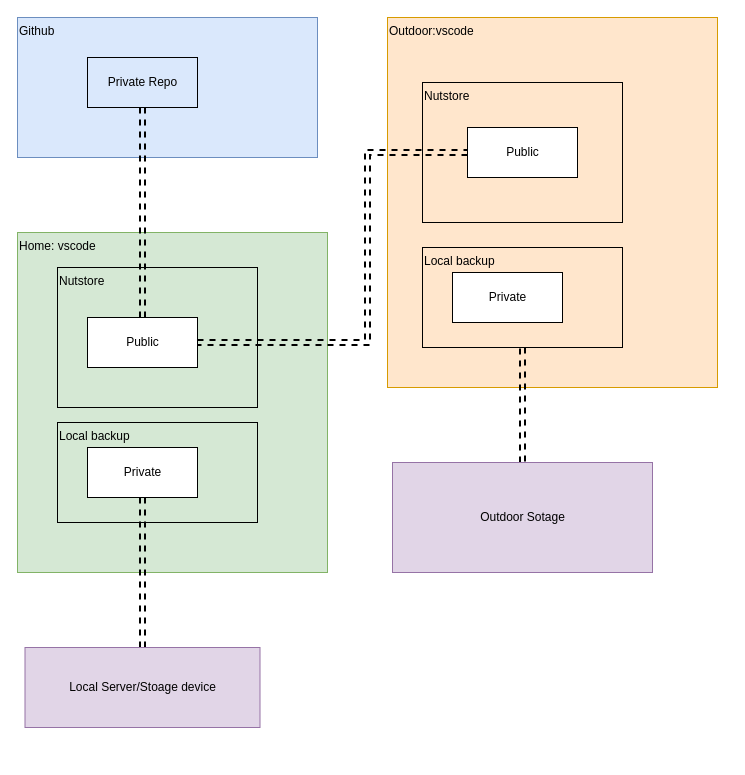
Before: DocSolution.drawio in brendonlin/myflowchart, a draw.io diagram. Source tidied: cells renumbered, new cells numbered last; positions are measured from the earlier drawing's top-left corner, leaving out a move shared by most shapes. Both pictures are drawn from the tidied source at 100%, with x=0, y=0 at pixel (17, 17).
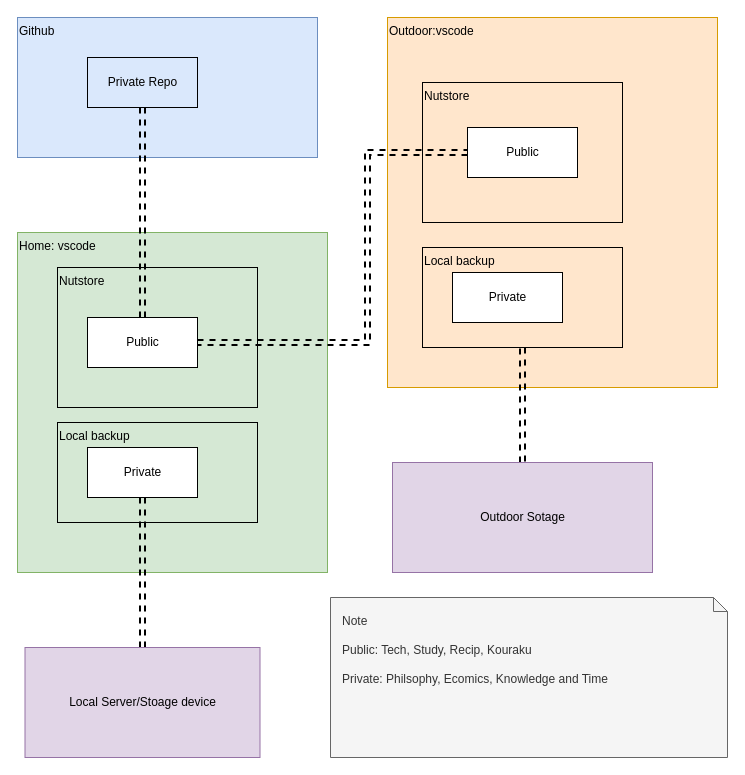
The same diagram, later.

Change to the diagram source:
```diff
@@
     <mxCell id="19" value="Local Server/Stoage device" style="html=1;fillColor=#e1d5e7;align=center;strokeColor=#9673a6;" parent="1" vertex="1">
-      <mxGeometry x="7.5" y="630" width="235" height="80" as="geometry" />
+      <mxGeometry x="7.5" y="630" width="235" height="110" as="geometry" />
     </mxCell>
+    <mxCell id="20" value="Note&lt;br&gt;&lt;br&gt;Public: Tech, Study, Recip, Kouraku&lt;br&gt;&lt;br&gt;Private: Philsophy, Ecomics, Knowledge and Time" style="shape=note;whiteSpace=wrap;html=1;size=14;verticalAlign=top;align=left;spacingTop=10;fillColor=#f5f5f5;labelBackgroundColor=none;strokeColor=#666666;fontColor=#333333;spacingLeft=10;" parent="1" vertex="1">
+      <mxGeometry x="313" y="580" width="397" height="160" as="geometry" />
+    </mxCell>
```
